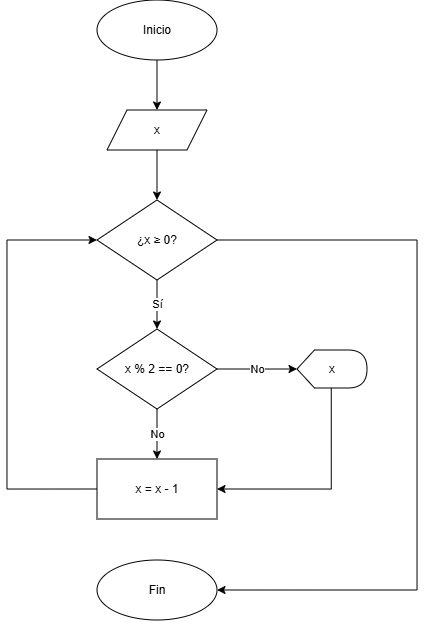
Above: chapter4/dfd/dfd4.5.1_6.png in UPclopezpAalgorithmsBook/solutions (draw.io), before the change. Source tidied: cells renumbered, new cells last; positions are measured from the earlier drawing's top-left corner, leaving out a move shared by most shapes. Its diagram source:
```xml
<mxGraphModel>
  <root>
    <mxCell id="0" />
    <mxCell id="1" parent="0" />
    <mxCell id="2" value="Inicio" style="ellipse;whiteSpace=wrap;html=1;" parent="1" vertex="1">
      <mxGeometry x="90" width="120" height="60" as="geometry" />
    </mxCell>
    <mxCell id="3" value="x" style="shape=parallelogram;perimeter=parallelogramPerimeter;whiteSpace=wrap;html=1;fixedSize=1;" parent="1" vertex="1">
      <mxGeometry x="100" y="110" width="100" height="40" as="geometry" />
    </mxCell>
    <mxCell id="4" style="edgeStyle=orthogonalEdgeStyle;rounded=0;jettySize=auto;html=1;exitX=1;exitY=0.5;exitDx=0;exitDy=0;entryX=1;entryY=0.5;entryDx=0;entryDy=0;" parent="1" edge="1" source="5" target="11">
      <mxGeometry relative="1" as="geometry">
        <Array as="points">
          <mxPoint x="410" y="240" />
          <mxPoint x="410" y="590" />
        </Array>
      </mxGeometry>
    </mxCell>
    <mxCell id="5" value="¿x ≥ 0?" style="rhombus;whiteSpace=wrap;html=1;" parent="1" vertex="1">
      <mxGeometry x="90" y="200" width="120" height="80" as="geometry" />
    </mxCell>
    <mxCell id="6" value="x % 2 == 0?" style="rhombus;whiteSpace=wrap;html=1;" parent="1" vertex="1">
      <mxGeometry x="90" y="329" width="120" height="80" as="geometry" />
    </mxCell>
    <mxCell id="7" style="edgeStyle=orthogonalEdgeStyle;rounded=0;jettySize=auto;html=1;exitX=0;exitY=0;exitDx=34.25;exitDy=38;exitPerimeter=0;entryX=1;entryY=0.5;entryDx=0;entryDy=0;" parent="1" edge="1" source="8" target="10">
      <mxGeometry relative="1" as="geometry" />
    </mxCell>
    <mxCell id="8" value="x" style="shape=display;whiteSpace=wrap;html=1;" parent="1" vertex="1">
      <mxGeometry x="290" y="350" width="70" height="38" as="geometry" />
    </mxCell>
    <mxCell id="9" style="edgeStyle=orthogonalEdgeStyle;rounded=0;jettySize=auto;html=1;exitX=0;exitY=0.5;exitDx=0;exitDy=0;entryX=0;entryY=0.5;entryDx=0;entryDy=0;" parent="1" edge="1" source="10" target="5">
      <mxGeometry relative="1" as="geometry">
        <Array as="points">
          <mxPoint y="489" />
          <mxPoint y="240" />
        </Array>
      </mxGeometry>
    </mxCell>
    <mxCell id="10" value="x = x - 1" style="rounded=0;whiteSpace=wrap;html=1;" parent="1" vertex="1">
      <mxGeometry x="90" y="459" width="120" height="60" as="geometry" />
    </mxCell>
    <mxCell id="11" value="Fin" style="ellipse;whiteSpace=wrap;html=1;" parent="1" vertex="1">
      <mxGeometry x="90" y="560" width="120" height="60" as="geometry" />
    </mxCell>
    <mxCell id="12" style="endArrow=classic;html=1;exitX=0.5;exitY=1;exitDx=0;exitDy=0;entryX=0.5;entryY=0;entryDx=0;entryDy=0;" parent="1" edge="1" source="2" target="3">
      <mxGeometry relative="1" as="geometry" />
    </mxCell>
    <mxCell id="13" style="endArrow=classic;html=1;exitX=0.5;exitY=1;exitDx=0;exitDy=0;entryX=0.5;entryY=0;entryDx=0;entryDy=0;" parent="1" edge="1" source="3" target="5">
      <mxGeometry relative="1" as="geometry" />
    </mxCell>
    <mxCell id="14" value="&lt;span&gt;Sí&lt;/span&gt;" style="endArrow=classic;html=1;exitX=0.5;exitY=1;exitDx=0;exitDy=0;entryX=0.5;entryY=0;entryDx=0;entryDy=0;" parent="1" edge="1" source="5" target="6">
      <mxGeometry relative="1" as="geometry" />
    </mxCell>
    <mxCell id="15" value="&lt;font&gt;No&lt;/font&gt;" style="endArrow=classic;html=1;exitX=1;exitY=0.5;exitDx=0;exitDy=0;entryX=0;entryY=0.5;entryDx=0;entryDy=0;" parent="1" edge="1" source="6" target="8">
      <mxGeometry relative="1" as="geometry" />
    </mxCell>
    <mxCell id="16" value="&lt;font&gt;No&lt;/font&gt;" style="endArrow=classic;html=1;exitX=0.5;exitY=1;exitDx=0;exitDy=0;entryX=0.5;entryY=0;entryDx=0;entryDy=0;" parent="1" edge="1" source="6" target="10">
      <mxGeometry relative="1" as="geometry" />
    </mxCell>
  </root>
</mxGraphModel>
```
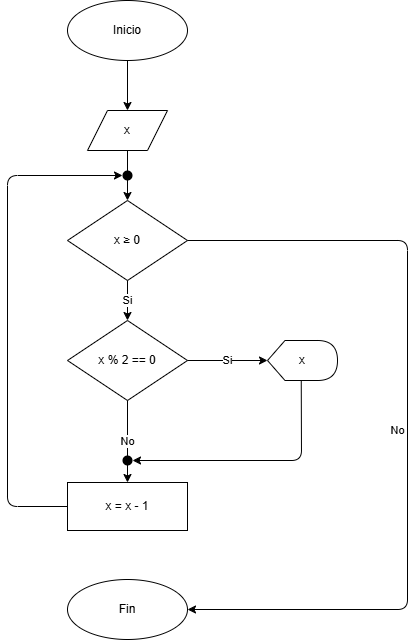
Later version of the same file.

Change to the diagram source:
```diff
@@ -2,60 +2,88 @@
   <root>
     <mxCell id="0" />
     <mxCell id="1" parent="0" />
+    <mxCell id="17" parent="1" edge="1">
+      <mxGeometry relative="1" as="geometry">
+        <mxPoint x="90" y="420" as="targetPoint" />
+        <Array as="points">
+          <mxPoint x="30" y="530" />
+          <mxPoint x="30" y="420" />
+        </Array>
+      </mxGeometry>
+    </mxCell>
+    <mxCell id="18" style="endArrow=classic;html=1;exitX=0;exitY=0.5;exitDx=0;exitDy=0;entryX=0;entryY=0.5;entryDx=0;entryDy=0;" parent="1" edge="1" source="x">
+      <mxGeometry relative="1" as="geometry">
+        <mxPoint x="90" y="240" as="targetPoint" />
+        <Array as="points">
+          <mxPoint x="30" y="480" />
+          <mxPoint x="30" y="240" />
+        </Array>
+      </mxGeometry>
+    </mxCell>
     <mxCell id="2" value="Inicio" style="ellipse;whiteSpace=wrap;html=1;" parent="1" vertex="1">
-      <mxGeometry x="90" width="120" height="60" as="geometry" />
+      <mxGeometry x="100" y="10" width="120" height="60" as="geometry" />
     </mxCell>
     <mxCell id="3" value="x" style="shape=parallelogram;perimeter=parallelogramPerimeter;whiteSpace=wrap;html=1;fixedSize=1;" parent="1" vertex="1">
-      <mxGeometry x="100" y="110" width="100" height="40" as="geometry" />
+      <mxGeometry x="120" y="120" width="80" height="40" as="geometry" />
     </mxCell>
-    <mxCell id="4" style="edgeStyle=orthogonalEdgeStyle;rounded=0;jettySize=auto;html=1;exitX=1;exitY=0.5;exitDx=0;exitDy=0;entryX=1;entryY=0.5;entryDx=0;entryDy=0;" parent="1" edge="1" source="5" target="11">
-      <mxGeometry relative="1" as="geometry">
-        <Array as="points">
-          <mxPoint x="410" y="240" />
-          <mxPoint x="410" y="590" />
-        </Array>
-      </mxGeometry>
-    </mxCell>
-    <mxCell id="5" value="¿x ≥ 0?" style="rhombus;whiteSpace=wrap;html=1;" parent="1" vertex="1">
-      <mxGeometry x="90" y="200" width="120" height="80" as="geometry" />
-    </mxCell>
-    <mxCell id="6" value="x % 2 == 0?" style="rhombus;whiteSpace=wrap;html=1;" parent="1" vertex="1">
-      <mxGeometry x="90" y="329" width="120" height="80" as="geometry" />
-    </mxCell>
-    <mxCell id="7" style="edgeStyle=orthogonalEdgeStyle;rounded=0;jettySize=auto;html=1;exitX=0;exitY=0;exitDx=34.25;exitDy=38;exitPerimeter=0;entryX=1;entryY=0.5;entryDx=0;entryDy=0;" parent="1" edge="1" source="8" target="10">
-      <mxGeometry relative="1" as="geometry" />
-    </mxCell>
+    <mxCell id="19" value="x ≥ 0" style="rhombus;whiteSpace=wrap;html=1;" parent="1" vertex="1">
+      <mxGeometry x="100" y="210" width="120" height="80" as="geometry" />
+    </mxCell>
+    <mxCell id="20" value="x % 2 == 0" style="rhombus;whiteSpace=wrap;html=1;" parent="1" vertex="1">
+      <mxGeometry x="100" y="330" width="120" height="80" as="geometry" />
+    </mxCell>
     <mxCell id="8" value="x" style="shape=display;whiteSpace=wrap;html=1;" parent="1" vertex="1">
-      <mxGeometry x="290" y="350" width="70" height="38" as="geometry" />
+      <mxGeometry x="300" y="350" width="70" height="40" as="geometry" />
     </mxCell>
-    <mxCell id="9" style="edgeStyle=orthogonalEdgeStyle;rounded=0;jettySize=auto;html=1;exitX=0;exitY=0.5;exitDx=0;exitDy=0;entryX=0;entryY=0.5;entryDx=0;entryDy=0;" parent="1" edge="1" source="10" target="5">
-      <mxGeometry relative="1" as="geometry">
-        <Array as="points">
-          <mxPoint y="489" />
-          <mxPoint y="240" />
-        </Array>
-      </mxGeometry>
-    </mxCell>
     <mxCell id="10" value="x = x - 1" style="rounded=0;whiteSpace=wrap;html=1;" parent="1" vertex="1">
-      <mxGeometry x="90" y="459" width="120" height="60" as="geometry" />
+      <mxGeometry x="100" y="492" width="120" height="48" as="geometry" />
     </mxCell>
     <mxCell id="11" value="Fin" style="ellipse;whiteSpace=wrap;html=1;" parent="1" vertex="1">
-      <mxGeometry x="90" y="560" width="120" height="60" as="geometry" />
+      <mxGeometry x="100" y="589" width="120" height="60" as="geometry" />
     </mxCell>
     <mxCell id="12" style="endArrow=classic;html=1;exitX=0.5;exitY=1;exitDx=0;exitDy=0;entryX=0.5;entryY=0;entryDx=0;entryDy=0;" parent="1" edge="1" source="2" target="3">
       <mxGeometry relative="1" as="geometry" />
     </mxCell>
-    <mxCell id="13" style="endArrow=classic;html=1;exitX=0.5;exitY=1;exitDx=0;exitDy=0;entryX=0.5;entryY=0;entryDx=0;entryDy=0;" parent="1" edge="1" source="3" target="5">
-      <mxGeometry relative="1" as="geometry" />
-    </mxCell>
-    <mxCell id="14" value="&lt;span&gt;Sí&lt;/span&gt;" style="endArrow=classic;html=1;exitX=0.5;exitY=1;exitDx=0;exitDy=0;entryX=0.5;entryY=0;entryDx=0;entryDy=0;" parent="1" edge="1" source="5" target="6">
-      <mxGeometry relative="1" as="geometry" />
-    </mxCell>
-    <mxCell id="15" value="&lt;font&gt;No&lt;/font&gt;" style="endArrow=classic;html=1;exitX=1;exitY=0.5;exitDx=0;exitDy=0;entryX=0;entryY=0.5;entryDx=0;entryDy=0;" parent="1" edge="1" source="6" target="8">
-      <mxGeometry relative="1" as="geometry" />
-    </mxCell>
-    <mxCell id="16" value="&lt;font&gt;No&lt;/font&gt;" style="endArrow=classic;html=1;exitX=0.5;exitY=1;exitDx=0;exitDy=0;entryX=0.5;entryY=0;entryDx=0;entryDy=0;" parent="1" edge="1" source="6" target="10">
-      <mxGeometry relative="1" as="geometry" />
-    </mxCell>
+    <mxCell id="21" style="endArrow=classic;html=1;exitX=0.5;exitY=1;exitDx=0;exitDy=0;entryX=0.5;entryY=0;entryDx=0;entryDy=0;" parent="1" edge="1" source="3" target="19">
+      <mxGeometry relative="1" as="geometry" />
+    </mxCell>
+    <mxCell id="22" value="Si" style="endArrow=classic;html=1;exitX=0.5;exitY=1;exitDx=0;exitDy=0;entryX=0.5;entryY=0;entryDx=0;entryDy=0;" parent="1" edge="1" source="19" target="20">
+      <mxGeometry relative="1" as="geometry" />
+    </mxCell>
+    <mxCell id="23" value="Si" style="endArrow=classic;html=1;exitX=1;exitY=0.5;exitDx=0;exitDy=0;entryX=0;entryY=0.5;entryDx=0;entryDy=0;" parent="1" edge="1" source="20" target="8">
+      <mxGeometry relative="1" as="geometry" />
+    </mxCell>
+    <mxCell id="24" value="No" style="endArrow=classic;html=1;exitX=0.5;exitY=1;exitDx=0;exitDy=0;entryX=0.5;entryY=0;entryDx=0;entryDy=0;" parent="1" edge="1" source="20" target="10">
+      <mxGeometry relative="1" as="geometry" />
+    </mxCell>
+    <mxCell id="25" style="endArrow=classic;html=1;exitX=0;exitY=0;exitDx=33.75;exitDy=40;entryX=1;entryY=0.5;entryDx=0;entryDy=0;exitPerimeter=0;" parent="1" edge="1" source="8" target="28">
+      <mxGeometry relative="1" as="geometry">
+        <Array as="points">
+          <mxPoint x="334" y="470" />
+        </Array>
+      </mxGeometry>
+    </mxCell>
+    <mxCell id="26" style="endArrow=classic;html=1;exitX=0;exitY=0.5;exitDx=0;exitDy=0;entryX=0;entryY=0.5;entryDx=0;entryDy=0;" parent="1" edge="1" source="10" target="29">
+      <mxGeometry relative="1" as="geometry">
+        <Array as="points">
+          <mxPoint x="40" y="516" />
+          <mxPoint x="40" y="185" />
+        </Array>
+      </mxGeometry>
+    </mxCell>
+    <mxCell id="27" value="No" style="endArrow=classic;html=1;exitX=1;exitY=0.5;exitDx=0;exitDy=0;entryX=1;entryY=0.5;entryDx=0;entryDy=0;" parent="1" edge="1" source="19" target="11">
+      <mxGeometry x="0.01" y="-10" relative="1" as="geometry">
+        <Array as="points">
+          <mxPoint x="440" y="250" />
+          <mxPoint x="440" y="619" />
+        </Array>
+      </mxGeometry>
+    </mxCell>
+    <mxCell id="28" style="ellipse;whiteSpace=wrap;html=1;strokeColor=none;fillColor=#000000;" parent="1" vertex="1">
+      <mxGeometry x="155" y="465" width="10" height="10" as="geometry" />
+    </mxCell>
+    <mxCell id="29" style="ellipse;whiteSpace=wrap;html=1;strokeColor=none;fillColor=#000000;" parent="1" vertex="1">
+      <mxGeometry x="155" y="180" width="10" height="10" as="geometry" />
+    </mxCell>
   </root>
 </mxGraphModel>
```
